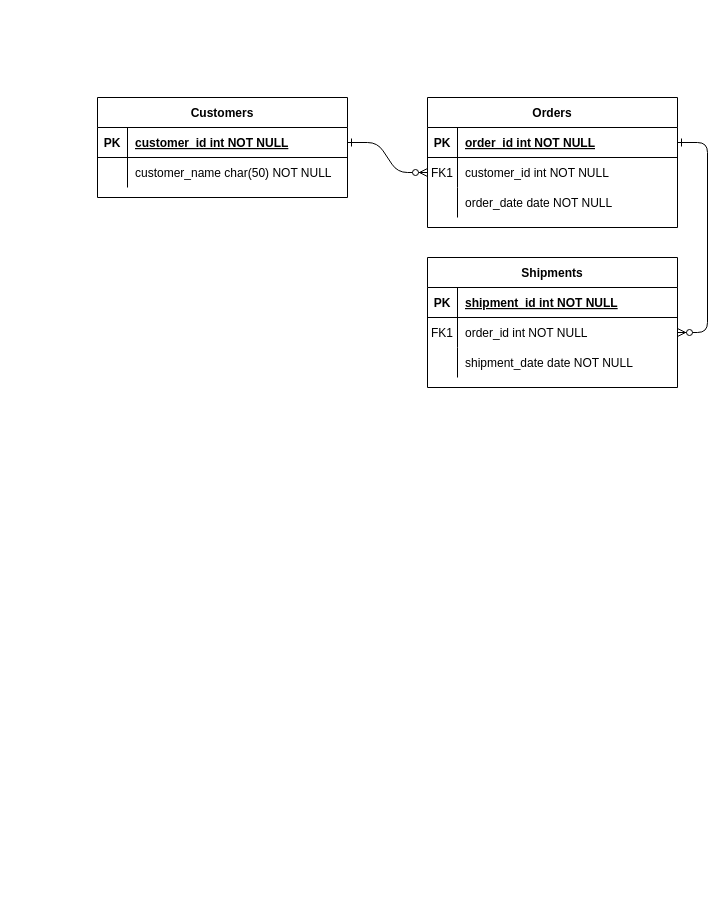
Earlier version of the draw.io diagram Diagrams/ERD_v1.drawio (hameed-m/Al-Jarrash). Source tidied: cells renumbered, new cells numbered last; positions are measured from the earlier drawing's top-left corner, leaving out a move shared by most shapes. Both pictures are drawn from the tidied source at 100%, with x=0, y=0 at pixel (97, 97).
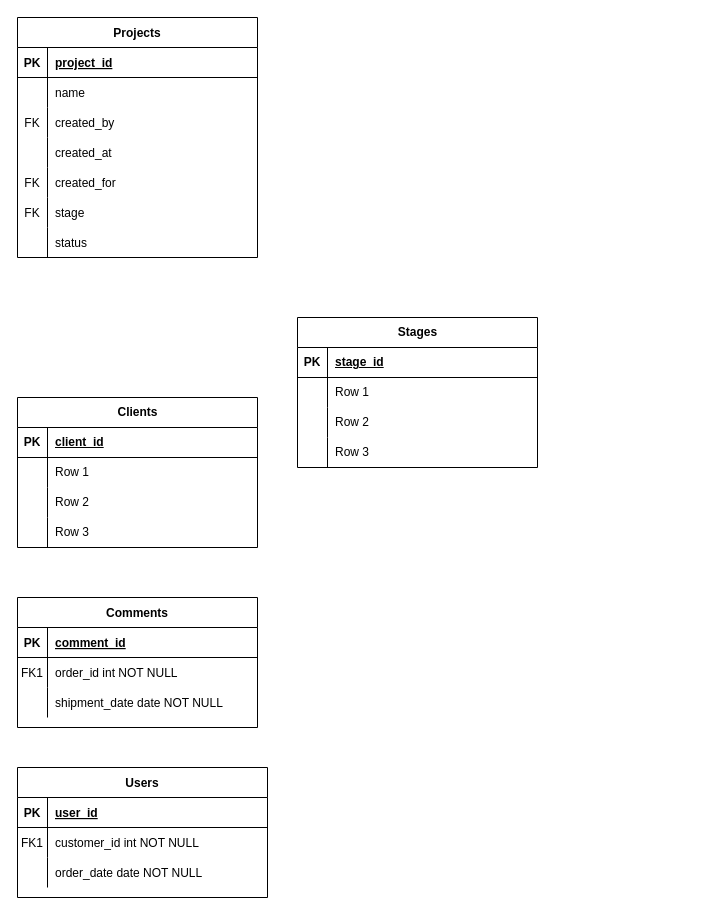
The same diagram, later.

The change refers to these unchanged cells:
```xml
<mxCell id="5" style="shape=partialRectangle;fillColor=none;points=[[0,0.5],[1,0.5]];portConstraint=eastwest;top=0;left=0;right=0;bottom=1;" parent="4" vertex="1">
  <mxGeometry y="30" width="250" height="30" as="geometry" />
</mxCell>
<mxCell id="8" style="shape=partialRectangle;fillColor=none;points=[[0,0.5],[1,0.5]];portConstraint=eastwest;top=0;left=0;right=0;bottom=0;" parent="4" vertex="1">
  <mxGeometry y="60" width="250" height="30" as="geometry" />
</mxCell>
```

The edit, as a diff of the source:
```diff
@@
-    <mxCell id="2" style="edgeStyle=entityRelationEdgeStyle;endArrow=ERzeroToMany;startArrow=ERone;endFill=1;startFill=0;" parent="1" edge="1" source="25" target="8">
-      <mxGeometry relative="1" as="geometry" />
-    </mxCell>
-    <mxCell id="3" style="edgeStyle=entityRelationEdgeStyle;endArrow=ERzeroToMany;startArrow=ERone;endFill=1;startFill=0;" parent="1" edge="1" source="5" target="18">
-      <mxGeometry relative="1" as="geometry" />
-    </mxCell>
-    <mxCell id="4" value="Orders" style="shape=table;startSize=30;childLayout=tableLayout;rowLines=0;fontStyle=1;align=center;" parent="1" vertex="1">
-      <mxGeometry x="330" width="250" height="130" as="geometry" />
+    <mxCell id="4" value="Users" style="shape=table;startSize=30;childLayout=tableLayout;rowLines=0;fontStyle=1;align=center;" parent="1" vertex="1">
+      <mxGeometry x="-80" y="670" width="250" height="130" as="geometry" />
     </mxCell>
@@
-    <mxCell id="7" value="order_id int NOT NULL " style="shape=partialRectangle;overflow=hidden;fillColor=none;top=0;left=0;bottom=0;right=0;align=left;spacingLeft=6;fontStyle=5;" parent="5" vertex="1">
+    <mxCell id="7" value="user_id" style="shape=partialRectangle;overflow=hidden;fillColor=none;top=0;left=0;bottom=0;right=0;align=left;spacingLeft=6;fontStyle=5;" parent="5" vertex="1">
       <mxGeometry x="30" width="220" height="30" as="geometry" />
     </mxCell>
@@
-    <mxCell id="14" value="Shipments" style="shape=table;startSize=30;childLayout=tableLayout;rowLines=0;fontStyle=1;align=center;" parent="1" vertex="1">
-      <mxGeometry x="330" y="160" width="250" height="130" as="geometry" />
+    <mxCell id="14" value="Comments" style="shape=table;startSize=30;childLayout=tableLayout;rowLines=0;fontStyle=1;align=center;" parent="1" vertex="1">
+      <mxGeometry x="-80" y="500" width="240" height="130" as="geometry" />
     </mxCell>
     <mxCell id="15" style="shape=partialRectangle;fillColor=none;top=0;left=0;right=0;bottom=1;" parent="14" vertex="1">
-      <mxGeometry y="30" width="250" height="30" as="geometry" />
+      <mxGeometry y="30" width="240" height="30" as="geometry" />
     </mxCell>
@@
-    <mxCell id="17" value="shipment_id int NOT NULL " style="shape=partialRectangle;overflow=hidden;fillColor=none;top=0;left=0;bottom=0;right=0;align=left;spacingLeft=6;fontStyle=5;" parent="15" vertex="1">
-      <mxGeometry x="30" width="220" height="30" as="geometry" />
+    <mxCell id="17" value="comment_id" style="shape=partialRectangle;overflow=hidden;fillColor=none;top=0;left=0;bottom=0;right=0;align=left;spacingLeft=6;fontStyle=5;" parent="15" vertex="1">
+      <mxGeometry x="30" width="210" height="30" as="geometry" />
     </mxCell>
     <mxCell id="18" style="shape=partialRectangle;fillColor=none;points=[[0,0.5],[1,0.5]];portConstraint=eastwest;top=0;left=0;right=0;bottom=0;" parent="14" vertex="1">
-      <mxGeometry y="60" width="250" height="30" as="geometry" />
+      <mxGeometry y="60" width="240" height="30" as="geometry" />
     </mxCell>
@@
     <mxCell id="20" value="order_id int NOT NULL" style="shape=partialRectangle;overflow=hidden;fillColor=none;top=0;left=0;bottom=0;right=0;align=left;spacingLeft=6;" parent="18" vertex="1">
-      <mxGeometry x="30" width="220" height="30" as="geometry" />
+      <mxGeometry x="30" width="210" height="30" as="geometry" />
     </mxCell>
     <mxCell id="21" style="shape=partialRectangle;fillColor=none;top=0;left=0;right=0;bottom=0;" parent="14" vertex="1">
-      <mxGeometry y="90" width="250" height="30" as="geometry" />
+      <mxGeometry y="90" width="240" height="30" as="geometry" />
     </mxCell>
@@
     <mxCell id="23" value="shipment_date date NOT NULL" style="shape=partialRectangle;overflow=hidden;fillColor=none;top=0;left=0;bottom=0;right=0;align=left;spacingLeft=6;" parent="21" vertex="1">
-      <mxGeometry x="30" width="220" height="30" as="geometry" />
+      <mxGeometry x="30" width="210" height="30" as="geometry" />
     </mxCell>
-    <mxCell id="24" value="Customers" style="shape=table;startSize=30;childLayout=tableLayout;rowLines=0;fontStyle=1;align=center;" parent="1" vertex="1">
-      <mxGeometry width="250" height="100" as="geometry" />
+    <mxCell id="24" value="Projects" style="shape=table;startSize=30;childLayout=tableLayout;rowLines=0;fontStyle=1;align=center;" parent="1" vertex="1">
+      <mxGeometry x="-80" y="-80" width="240" height="240" as="geometry" />
     </mxCell>
     <mxCell id="25" style="shape=partialRectangle;fillColor=none;points=[[0,0.5],[1,0.5]];portConstraint=eastwest;top=0;left=0;right=0;bottom=1;" parent="24" vertex="1">
-      <mxGeometry y="30" width="250" height="30" as="geometry" />
+      <mxGeometry y="30" width="240" height="30" as="geometry" />
     </mxCell>
@@
-    <mxCell id="27" value="customer_id int NOT NULL " style="shape=partialRectangle;overflow=hidden;fillColor=none;top=0;left=0;bottom=0;right=0;align=left;spacingLeft=6;fontStyle=5;" parent="25" vertex="1">
-      <mxGeometry x="30" width="220" height="30" as="geometry" />
+    <mxCell id="27" value="project_id" style="shape=partialRectangle;overflow=hidden;fillColor=none;top=0;left=0;bottom=0;right=0;align=left;spacingLeft=6;fontStyle=5;" parent="25" vertex="1">
+      <mxGeometry x="30" width="210" height="30" as="geometry" />
     </mxCell>
     <mxCell id="28" style="shape=partialRectangle;fillColor=none;top=0;left=0;right=0;bottom=0;" parent="24" vertex="1">
-      <mxGeometry y="60" width="250" height="30" as="geometry" />
+      <mxGeometry y="60" width="240" height="30" as="geometry" />
     </mxCell>
@@
-    <mxCell id="30" value="customer_name char(50) NOT NULL" style="shape=partialRectangle;overflow=hidden;fillColor=none;top=0;left=0;bottom=0;right=0;align=left;spacingLeft=6;" parent="28" vertex="1">
-      <mxGeometry x="30" width="220" height="30" as="geometry" />
+    <mxCell id="30" value="name" style="shape=partialRectangle;overflow=hidden;fillColor=none;top=0;left=0;bottom=0;right=0;align=left;spacingLeft=6;" parent="28" vertex="1">
+      <mxGeometry x="30" width="210" height="30" as="geometry" />
     </mxCell>
+    <mxCell id="31" style="shape=partialRectangle;fillColor=none;top=0;left=0;right=0;bottom=0;" parent="24" vertex="1">
+      <mxGeometry y="90" width="240" height="30" as="geometry" />
+    </mxCell>
+    <mxCell id="32" value="FK" style="shape=partialRectangle;overflow=hidden;fillColor=none;top=0;left=0;bottom=0;right=0;" parent="31" vertex="1">
+      <mxGeometry width="30" height="30" as="geometry" />
+    </mxCell>
+    <mxCell id="33" value="created_by" style="shape=partialRectangle;overflow=hidden;fillColor=none;top=0;left=0;bottom=0;right=0;align=left;spacingLeft=6;" parent="31" vertex="1">
+      <mxGeometry x="30" width="210" height="30" as="geometry" />
+    </mxCell>
+    <mxCell id="34" style="shape=partialRectangle;fillColor=none;top=0;left=0;right=0;bottom=0;" parent="24" vertex="1">
+      <mxGeometry y="120" width="240" height="30" as="geometry" />
+    </mxCell>
+    <mxCell id="35" style="shape=partialRectangle;overflow=hidden;fillColor=none;top=0;left=0;bottom=0;right=0;" parent="34" vertex="1">
+      <mxGeometry width="30" height="30" as="geometry" />
+    </mxCell>
+    <mxCell id="36" value="created_at" style="shape=partialRectangle;overflow=hidden;fillColor=none;top=0;left=0;bottom=0;right=0;align=left;spacingLeft=6;" parent="34" vertex="1">
+      <mxGeometry x="30" width="210" height="30" as="geometry" />
+    </mxCell>
+    <mxCell id="37" style="shape=partialRectangle;fillColor=none;top=0;left=0;right=0;bottom=0;" parent="24" vertex="1">
+      <mxGeometry y="150" width="240" height="30" as="geometry" />
+    </mxCell>
+    <mxCell id="38" value="FK" style="shape=partialRectangle;overflow=hidden;fillColor=none;top=0;left=0;bottom=0;right=0;" parent="37" vertex="1">
+      <mxGeometry width="30" height="30" as="geometry" />
+    </mxCell>
+    <mxCell id="39" value="created_for" style="shape=partialRectangle;overflow=hidden;fillColor=none;top=0;left=0;bottom=0;right=0;align=left;spacingLeft=6;" parent="37" vertex="1">
+      <mxGeometry x="30" width="210" height="30" as="geometry" />
+    </mxCell>
+    <mxCell id="40" style="shape=partialRectangle;fillColor=none;top=0;left=0;right=0;bottom=0;" parent="24" vertex="1">
+      <mxGeometry y="180" width="240" height="30" as="geometry" />
+    </mxCell>
+    <mxCell id="41" value="FK" style="shape=partialRectangle;overflow=hidden;fillColor=none;top=0;left=0;bottom=0;right=0;" parent="40" vertex="1">
+      <mxGeometry width="30" height="30" as="geometry" />
+    </mxCell>
+    <mxCell id="42" value="stage" style="shape=partialRectangle;overflow=hidden;fillColor=none;top=0;left=0;bottom=0;right=0;align=left;spacingLeft=6;" parent="40" vertex="1">
+      <mxGeometry x="30" width="210" height="30" as="geometry" />
+    </mxCell>
+    <mxCell id="43" style="shape=partialRectangle;fillColor=none;top=0;left=0;right=0;bottom=0;" parent="24" vertex="1">
+      <mxGeometry y="210" width="240" height="30" as="geometry" />
+    </mxCell>
+    <mxCell id="44" style="shape=partialRectangle;overflow=hidden;fillColor=none;top=0;left=0;bottom=0;right=0;" parent="43" vertex="1">
+      <mxGeometry width="30" height="30" as="geometry" />
+    </mxCell>
+    <mxCell id="45" value="status" style="shape=partialRectangle;overflow=hidden;fillColor=none;top=0;left=0;bottom=0;right=0;align=left;spacingLeft=6;" parent="43" vertex="1">
+      <mxGeometry x="30" width="210" height="30" as="geometry" />
+    </mxCell>
+    <mxCell id="46" value="Stages" style="shape=table;startSize=30;childLayout=tableLayout;rowLines=0;fontStyle=1;align=center;html=1;" parent="1" vertex="1">
+      <mxGeometry x="200" y="220" width="240" height="150" as="geometry" />
+    </mxCell>
+    <mxCell id="47" style="shape=tableRow;horizontal=0;startSize=0;swimlaneHead=0;swimlaneBody=0;fillColor=none;top=0;left=0;right=0;bottom=1;" parent="46" vertex="1">
+      <mxGeometry y="30" width="240" height="30" as="geometry" />
+    </mxCell>
+    <mxCell id="48" value="PK" style="shape=partialRectangle;fillColor=none;top=0;left=0;bottom=0;right=0;fontStyle=1;overflow=hidden;whiteSpace=wrap;html=1;" parent="47" vertex="1">
+      <mxGeometry width="30" height="30" as="geometry" />
+    </mxCell>
+    <mxCell id="49" value="stage_id" style="shape=partialRectangle;fillColor=none;top=0;left=0;bottom=0;right=0;align=left;spacingLeft=6;fontStyle=5;overflow=hidden;whiteSpace=wrap;html=1;" parent="47" vertex="1">
+      <mxGeometry x="30" width="210" height="30" as="geometry" />
+    </mxCell>
+    <mxCell id="50" style="shape=tableRow;horizontal=0;startSize=0;swimlaneHead=0;swimlaneBody=0;fillColor=none;top=0;left=0;right=0;bottom=0;" parent="46" vertex="1">
+      <mxGeometry y="60" width="240" height="30" as="geometry" />
+    </mxCell>
+    <mxCell id="51" style="shape=partialRectangle;fillColor=none;top=0;left=0;bottom=0;right=0;overflow=hidden;whiteSpace=wrap;html=1;" parent="50" vertex="1">
+      <mxGeometry width="30" height="30" as="geometry" />
+    </mxCell>
+    <mxCell id="52" value="Row 1" style="shape=partialRectangle;fillColor=none;top=0;left=0;bottom=0;right=0;align=left;spacingLeft=6;overflow=hidden;whiteSpace=wrap;html=1;" parent="50" vertex="1">
+      <mxGeometry x="30" width="210" height="30" as="geometry" />
+    </mxCell>
+    <mxCell id="53" style="shape=tableRow;horizontal=0;startSize=0;swimlaneHead=0;swimlaneBody=0;fillColor=none;top=0;left=0;right=0;bottom=0;" parent="46" vertex="1">
+      <mxGeometry y="90" width="240" height="30" as="geometry" />
+    </mxCell>
+    <mxCell id="54" style="shape=partialRectangle;fillColor=none;top=0;left=0;bottom=0;right=0;overflow=hidden;whiteSpace=wrap;html=1;" parent="53" vertex="1">
+      <mxGeometry width="30" height="30" as="geometry" />
+    </mxCell>
+    <mxCell id="55" value="Row 2" style="shape=partialRectangle;fillColor=none;top=0;left=0;bottom=0;right=0;align=left;spacingLeft=6;overflow=hidden;whiteSpace=wrap;html=1;" parent="53" vertex="1">
+      <mxGeometry x="30" width="210" height="30" as="geometry" />
+    </mxCell>
+    <mxCell id="56" style="shape=tableRow;horizontal=0;startSize=0;swimlaneHead=0;swimlaneBody=0;fillColor=none;top=0;left=0;right=0;bottom=0;" parent="46" vertex="1">
+      <mxGeometry y="120" width="240" height="30" as="geometry" />
+    </mxCell>
+    <mxCell id="57" style="shape=partialRectangle;fillColor=none;top=0;left=0;bottom=0;right=0;overflow=hidden;whiteSpace=wrap;html=1;" parent="56" vertex="1">
+      <mxGeometry width="30" height="30" as="geometry" />
+    </mxCell>
+    <mxCell id="58" value="Row 3" style="shape=partialRectangle;fillColor=none;top=0;left=0;bottom=0;right=0;align=left;spacingLeft=6;overflow=hidden;whiteSpace=wrap;html=1;" parent="56" vertex="1">
+      <mxGeometry x="30" width="210" height="30" as="geometry" />
+    </mxCell>
+    <mxCell id="59" value="Clients" style="shape=table;startSize=30;childLayout=tableLayout;rowLines=0;fontStyle=1;align=center;html=1;" parent="1" vertex="1">
+      <mxGeometry x="-80" y="300" width="240" height="150" as="geometry" />
+    </mxCell>
+    <mxCell id="60" style="shape=tableRow;horizontal=0;startSize=0;swimlaneHead=0;swimlaneBody=0;fillColor=none;top=0;left=0;right=0;bottom=1;" parent="59" vertex="1">
+      <mxGeometry y="30" width="240" height="30" as="geometry" />
+    </mxCell>
+    <mxCell id="61" value="PK" style="shape=partialRectangle;fillColor=none;top=0;left=0;bottom=0;right=0;fontStyle=1;overflow=hidden;whiteSpace=wrap;html=1;" parent="60" vertex="1">
+      <mxGeometry width="30" height="30" as="geometry" />
+    </mxCell>
+    <mxCell id="62" value="client_id" style="shape=partialRectangle;fillColor=none;top=0;left=0;bottom=0;right=0;align=left;spacingLeft=6;fontStyle=5;overflow=hidden;whiteSpace=wrap;html=1;" parent="60" vertex="1">
+      <mxGeometry x="30" width="210" height="30" as="geometry" />
+    </mxCell>
+    <mxCell id="63" style="shape=tableRow;horizontal=0;startSize=0;swimlaneHead=0;swimlaneBody=0;fillColor=none;top=0;left=0;right=0;bottom=0;" parent="59" vertex="1">
+      <mxGeometry y="60" width="240" height="30" as="geometry" />
+    </mxCell>
+    <mxCell id="64" style="shape=partialRectangle;fillColor=none;top=0;left=0;bottom=0;right=0;overflow=hidden;whiteSpace=wrap;html=1;" parent="63" vertex="1">
+      <mxGeometry width="30" height="30" as="geometry" />
+    </mxCell>
+    <mxCell id="65" value="Row 1" style="shape=partialRectangle;fillColor=none;top=0;left=0;bottom=0;right=0;align=left;spacingLeft=6;overflow=hidden;whiteSpace=wrap;html=1;" parent="63" vertex="1">
+      <mxGeometry x="30" width="210" height="30" as="geometry" />
+    </mxCell>
+    <mxCell id="66" style="shape=tableRow;horizontal=0;startSize=0;swimlaneHead=0;swimlaneBody=0;fillColor=none;top=0;left=0;right=0;bottom=0;" parent="59" vertex="1">
+      <mxGeometry y="90" width="240" height="30" as="geometry" />
+    </mxCell>
+    <mxCell id="67" style="shape=partialRectangle;fillColor=none;top=0;left=0;bottom=0;right=0;overflow=hidden;whiteSpace=wrap;html=1;" parent="66" vertex="1">
+      <mxGeometry width="30" height="30" as="geometry" />
+    </mxCell>
+    <mxCell id="68" value="Row 2" style="shape=partialRectangle;fillColor=none;top=0;left=0;bottom=0;right=0;align=left;spacingLeft=6;overflow=hidden;whiteSpace=wrap;html=1;" parent="66" vertex="1">
+      <mxGeometry x="30" width="210" height="30" as="geometry" />
+    </mxCell>
+    <mxCell id="69" style="shape=tableRow;horizontal=0;startSize=0;swimlaneHead=0;swimlaneBody=0;fillColor=none;top=0;left=0;right=0;bottom=0;" parent="59" vertex="1">
+      <mxGeometry y="120" width="240" height="30" as="geometry" />
+    </mxCell>
+    <mxCell id="70" style="shape=partialRectangle;fillColor=none;top=0;left=0;bottom=0;right=0;overflow=hidden;whiteSpace=wrap;html=1;" parent="69" vertex="1">
+      <mxGeometry width="30" height="30" as="geometry" />
+    </mxCell>
+    <mxCell id="71" value="Row 3" style="shape=partialRectangle;fillColor=none;top=0;left=0;bottom=0;right=0;align=left;spacingLeft=6;overflow=hidden;whiteSpace=wrap;html=1;" parent="69" vertex="1">
+      <mxGeometry x="30" width="210" height="30" as="geometry" />
+    </mxCell>
```
